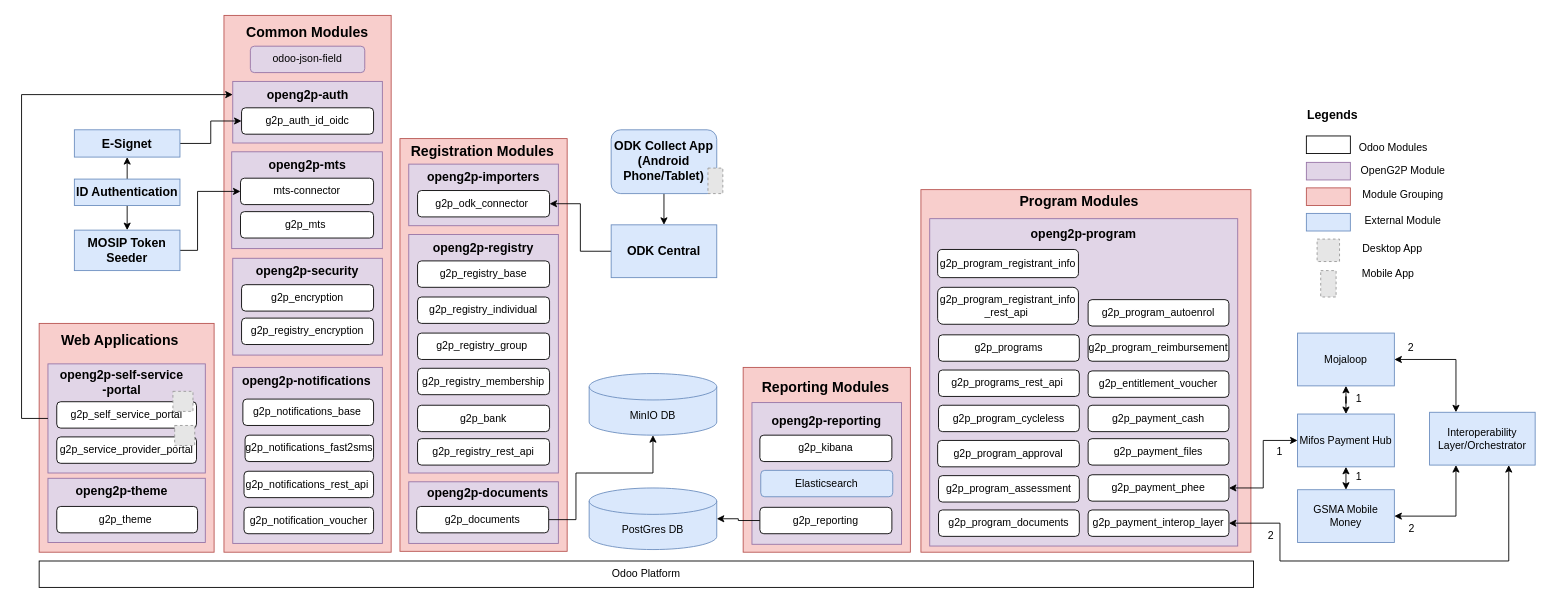
OpenG2P/openg2p-documentation keeps this draw.io diagram as .gitbook/assets/technical-architecture.drawio. Above is the earlier version. Source tidied: cells renumbered, new cells numbered last; positions are measured from the earlier drawing's top-left corner, leaving out a move shared by most shapes. Both pictures are drawn from the tidied source at 88%, with x=0, y=0 at pixel (21, 15). Pictures stored in the file or linked from it are replaced by grey dashed boxes.
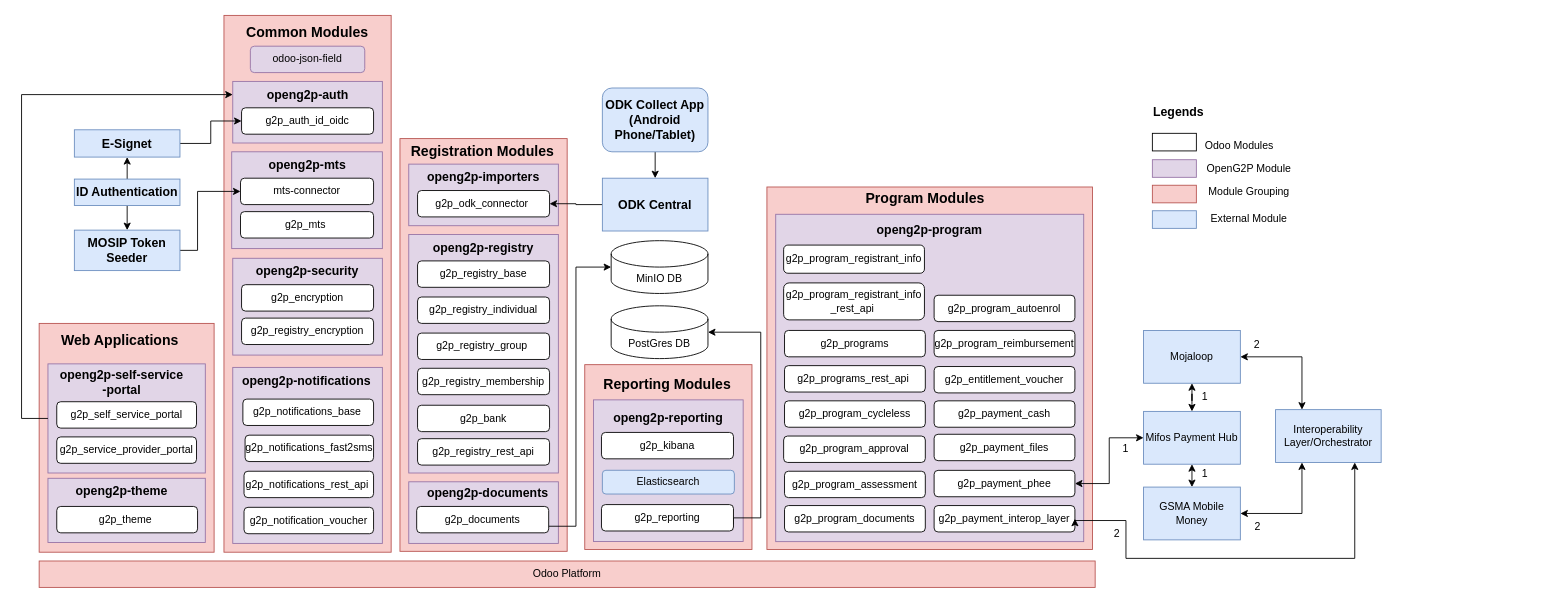
The same page after the edit.

Commit message:
Rework for Puneet's review comments

Unchanged cells that the change refers to:
```xml
<mxCell id="40" value="g2p_documents" style="rounded=1;whiteSpace=wrap;html=1;" parent="1" vertex="1">
  <mxGeometry x="449" y="558" width="150" height="30" as="geometry" />
</mxCell>
```

What changed in the source:
```diff
@@
-    <mxCell id="11" value="Odoo Platform" style="rounded=0;whiteSpace=wrap;html=1;" parent="1" vertex="1">
-      <mxGeometry x="20" y="620" width="1380" height="30" as="geometry" />
+    <mxCell id="11" value="Odoo Platform" style="rounded=0;whiteSpace=wrap;html=1;fillColor=#f8cecc;strokeColor=#b85450;" parent="1" vertex="1">
+      <mxGeometry x="20" y="620" width="1200" height="30" as="geometry" />
     </mxCell>
-    <mxCell id="12" value="PostGres DB" style="shape=cylinder3;whiteSpace=wrap;html=1;boundedLbl=1;backgroundOutline=1;size=15;fillColor=#dae8fc;strokeColor=#6c8ebf;" parent="1" vertex="1">
-      <mxGeometry x="645" y="537" width="145" height="70" as="geometry" />
+    <mxCell id="12" value="PostGres DB" style="shape=cylinder3;whiteSpace=wrap;html=1;boundedLbl=1;backgroundOutline=1;size=15;" parent="1" vertex="1">
+      <mxGeometry x="670" y="330" width="110" height="60" as="geometry" />
     </mxCell>
-    <mxCell id="13" value="MinIO DB" style="shape=cylinder3;whiteSpace=wrap;html=1;boundedLbl=1;backgroundOutline=1;size=15;fillColor=#dae8fc;strokeColor=#6c8ebf;" parent="1" vertex="1">
-      <mxGeometry x="645" y="407" width="145" height="70" as="geometry" />
+    <mxCell id="13" value="MinIO DB" style="shape=cylinder3;whiteSpace=wrap;html=1;boundedLbl=1;backgroundOutline=1;size=15;" parent="1" vertex="1">
+      <mxGeometry x="670" y="256" width="110" height="60" as="geometry" />
     </mxCell>
@@
-    <mxCell id="39" style="edgeStyle=orthogonalEdgeStyle;rounded=0;jettySize=auto;html=1;exitX=1;exitY=0.5;exitDx=0;exitDy=0;entryX=0.5;entryY=1;entryDx=0;entryDy=0;entryPerimeter=0;" parent="1" edge="1" source="40" target="13">
+    <mxCell id="39" style="edgeStyle=orthogonalEdgeStyle;rounded=0;jettySize=auto;html=1;exitX=1;exitY=0.75;exitDx=0;exitDy=0;entryX=0;entryY=0.5;entryDx=0;entryDy=0;entryPerimeter=0;" parent="1" edge="1" source="40" target="13">
       <mxGeometry relative="1" as="geometry">
         <Array as="points">
-          <mxPoint x="630" y="573" />
-          <mxPoint x="630" y="520" />
-          <mxPoint x="718" y="520" />
+          <mxPoint x="630" y="580" />
+          <mxPoint x="630" y="286" />
         </Array>
       </mxGeometry>
     </mxCell>
@@
     <mxCell id="44" style="rounded=0;whiteSpace=wrap;html=1;fillColor=#f8cecc;strokeColor=#b85450;" parent="1" vertex="1">
-      <mxGeometry x="1022" y="198" width="375" height="412" as="geometry" />
+      <mxGeometry x="847" y="195" width="370" height="412" as="geometry" />
     </mxCell>
     <mxCell id="45" style="rounded=0;whiteSpace=wrap;html=1;fillColor=#e1d5e7;strokeColor=#9673a6;" parent="1" vertex="1">
-      <mxGeometry x="1032" y="231" width="350" height="372" as="geometry" />
+      <mxGeometry x="857" y="226" width="350" height="372" as="geometry" />
     </mxCell>
     <mxCell id="46" value="g2p_program_registrant_info" style="rounded=1;whiteSpace=wrap;html=1;" parent="1" vertex="1">
-      <mxGeometry x="1041" y="266" width="160" height="32" as="geometry" />
+      <mxGeometry x="866" y="261" width="160" height="32" as="geometry" />
     </mxCell>
     <mxCell id="47" value="openg2p-program" style="text;html=1;strokeColor=none;fillColor=none;align=center;verticalAlign=middle;whiteSpace=wrap;rounded=0;fontStyle=1;fontSize=14;" parent="1" vertex="1">
-      <mxGeometry x="1142" y="234" width="130" height="30" as="geometry" />
+      <mxGeometry x="967" y="229" width="130" height="30" as="geometry" />
     </mxCell>
     <mxCell id="48" value="g2p_program_registrant_info&lt;br&gt;_rest_api&amp;nbsp;" style="rounded=1;whiteSpace=wrap;html=1;" parent="1" vertex="1">
-      <mxGeometry x="1041" y="309" width="160" height="42" as="geometry" />
+      <mxGeometry x="866" y="304" width="160" height="42" as="geometry" />
     </mxCell>
     <mxCell id="49" value="g2p_programs" style="rounded=1;whiteSpace=wrap;html=1;" parent="1" vertex="1">
-      <mxGeometry x="1042" y="363" width="160" height="30" as="geometry" />
+      <mxGeometry x="867" y="358" width="160" height="30" as="geometry" />
     </mxCell>
     <mxCell id="50" value="g2p_programs_rest_api&amp;nbsp;" style="rounded=1;whiteSpace=wrap;html=1;" parent="1" vertex="1">
-      <mxGeometry x="1042" y="403" width="160" height="30" as="geometry" />
+      <mxGeometry x="867" y="398" width="160" height="30" as="geometry" />
     </mxCell>
     <mxCell id="51" value="g2p_program_cycleless" style="rounded=1;whiteSpace=wrap;html=1;" parent="1" vertex="1">
-      <mxGeometry x="1042" y="443" width="160" height="30" as="geometry" />
+      <mxGeometry x="867" y="438" width="160" height="30" as="geometry" />
     </mxCell>
     <mxCell id="52" value="g2p_program_approval" style="rounded=1;whiteSpace=wrap;html=1;" parent="1" vertex="1">
-      <mxGeometry x="1041" y="483" width="161" height="30" as="geometry" />
+      <mxGeometry x="866" y="478" width="161" height="30" as="geometry" />
     </mxCell>
     <mxCell id="53" value="g2p_program_assessment" style="rounded=1;whiteSpace=wrap;html=1;" parent="1" vertex="1">
-      <mxGeometry x="1042" y="523" width="160" height="30" as="geometry" />
+      <mxGeometry x="867" y="518" width="160" height="30" as="geometry" />
     </mxCell>
     <mxCell id="54" value="&lt;b&gt;&lt;font style=&quot;font-size: 16px;&quot;&gt;Program Modules&lt;/font&gt;&lt;/b&gt;" style="text;html=1;strokeColor=none;fillColor=none;align=center;verticalAlign=middle;whiteSpace=wrap;rounded=0;" parent="1" vertex="1">
-      <mxGeometry x="1117" y="196" width="170" height="30" as="geometry" />
+      <mxGeometry x="942" y="193" width="170" height="30" as="geometry" />
     </mxCell>
     <mxCell id="55" value="g2p_program_documents" style="rounded=1;whiteSpace=wrap;html=1;" parent="1" vertex="1">
-      <mxGeometry x="1042" y="562" width="160" height="30" as="geometry" />
+      <mxGeometry x="867" y="557" width="160" height="30" as="geometry" />
     </mxCell>
     <mxCell id="56" value="g2p_payment_interop_layer" style="rounded=1;whiteSpace=wrap;html=1;" parent="1" vertex="1">
-      <mxGeometry x="1212" y="562" width="160" height="30" as="geometry" />
+      <mxGeometry x="1037" y="557" width="160" height="30" as="geometry" />
     </mxCell>
     <mxCell id="57" value="g2p_payment_phee" style="rounded=1;whiteSpace=wrap;html=1;" parent="1" vertex="1">
-      <mxGeometry x="1212" y="522" width="160" height="30" as="geometry" />
+      <mxGeometry x="1037" y="517" width="160" height="30" as="geometry" />
     </mxCell>
     <mxCell id="58" value="g2p_payment_files" style="rounded=1;whiteSpace=wrap;html=1;" parent="1" vertex="1">
-      <mxGeometry x="1212" y="481" width="160" height="30" as="geometry" />
+      <mxGeometry x="1037" y="476" width="160" height="30" as="geometry" />
     </mxCell>
     <mxCell id="59" value="g2p_payment_cash" style="rounded=1;whiteSpace=wrap;html=1;" parent="1" vertex="1">
-      <mxGeometry x="1212" y="443" width="160" height="30" as="geometry" />
+      <mxGeometry x="1037" y="438" width="160" height="30" as="geometry" />
     </mxCell>
     <mxCell id="60" value="g2p_entitlement_voucher" style="rounded=1;whiteSpace=wrap;html=1;" parent="1" vertex="1">
-      <mxGeometry x="1212" y="404" width="160" height="30" as="geometry" />
+      <mxGeometry x="1037" y="399" width="160" height="30" as="geometry" />
     </mxCell>
     <mxCell id="61" value="g2p_program_reimbursement" style="rounded=1;whiteSpace=wrap;html=1;" parent="1" vertex="1">
-      <mxGeometry x="1212" y="363" width="160" height="30" as="geometry" />
+      <mxGeometry x="1037" y="358" width="160" height="30" as="geometry" />
     </mxCell>
     <mxCell id="62" value="g2p_program_autoenrol" style="rounded=1;whiteSpace=wrap;html=1;" parent="1" vertex="1">
-      <mxGeometry x="1212" y="323" width="160" height="30" as="geometry" />
+      <mxGeometry x="1037" y="318" width="160" height="30" as="geometry" />
     </mxCell>
@@
     <mxCell id="72" value="&lt;b style=&quot;border-color: var(--border-color);&quot;&gt;&lt;font style=&quot;border-color: var(--border-color); font-size: 14px;&quot;&gt;ODK Central&lt;/font&gt;&lt;/b&gt;" style="rounded=0;whiteSpace=wrap;html=1;fillColor=#dae8fc;strokeColor=#6c8ebf;" parent="1" vertex="1">
-      <mxGeometry x="670" y="238" width="120" height="60" as="geometry" />
+      <mxGeometry x="660" y="185" width="120" height="60" as="geometry" />
     </mxCell>
@@
     <mxCell id="80" value="&lt;b style=&quot;font-size: 14px;&quot;&gt;ODK Collect App&lt;br&gt;(Android Phone/Tablet)&lt;/b&gt;" style="rounded=1;whiteSpace=wrap;html=1;fillColor=#dae8fc;strokeColor=#6c8ebf;" parent="1" vertex="1">
-      <mxGeometry x="670" y="130" width="120" height="72.5" as="geometry" />
+      <mxGeometry x="660" y="82.5" width="120" height="72.5" as="geometry" />
     </mxCell>
     <mxCell id="81" style="edgeStyle=orthogonalEdgeStyle;rounded=0;jettySize=auto;html=1;exitX=1;exitY=0.5;exitDx=0;exitDy=0;entryX=0.25;entryY=0;entryDx=0;entryDy=0;startArrow=classic;startFill=1;" parent="1" edge="1" source="82" target="90">
       <mxGeometry relative="1" as="geometry">
         <Array as="points">
-          <mxPoint x="1630" y="391" />
+          <mxPoint x="1455" y="388" />
         </Array>
       </mxGeometry>
     </mxCell>
     <mxCell id="82" value="Mojaloop" style="rounded=0;whiteSpace=wrap;html=1;fillColor=#dae8fc;strokeColor=#6c8ebf;" parent="1" vertex="1">
-      <mxGeometry x="1450" y="361" width="110" height="60" as="geometry" />
+      <mxGeometry x="1275" y="358" width="110" height="60" as="geometry" />
     </mxCell>
@@
     <mxCell id="86" value="Mifos Payment Hub" style="rounded=0;whiteSpace=wrap;html=1;fillColor=#dae8fc;strokeColor=#6c8ebf;" parent="1" vertex="1">
-      <mxGeometry x="1450" y="453" width="110" height="60" as="geometry" />
+      <mxGeometry x="1275" y="450" width="110" height="60" as="geometry" />
     </mxCell>
     <mxCell id="87" style="edgeStyle=orthogonalEdgeStyle;rounded=0;jettySize=auto;html=1;exitX=1;exitY=0.5;exitDx=0;exitDy=0;entryX=0.25;entryY=1;entryDx=0;entryDy=0;startArrow=classic;startFill=1;" parent="1" edge="1" source="88" target="90">
       <mxGeometry relative="1" as="geometry">
         <Array as="points">
-          <mxPoint x="1630" y="569" />
+          <mxPoint x="1455" y="566" />
         </Array>
       </mxGeometry>
     </mxCell>
     <mxCell id="88" value="GSMA Mobile Money" style="rounded=0;whiteSpace=wrap;html=1;fillColor=#dae8fc;strokeColor=#6c8ebf;" parent="1" vertex="1">
-      <mxGeometry x="1450" y="539" width="110" height="60" as="geometry" />
+      <mxGeometry x="1275" y="536" width="110" height="60" as="geometry" />
     </mxCell>
     <mxCell id="89" style="edgeStyle=orthogonalEdgeStyle;rounded=0;jettySize=auto;html=1;exitX=0.75;exitY=1;exitDx=0;exitDy=0;entryX=1;entryY=0.5;entryDx=0;entryDy=0;startArrow=classic;startFill=1;" parent="1" edge="1" source="90" target="56">
       <mxGeometry relative="1" as="geometry">
         <Array as="points">
-          <mxPoint x="1690" y="620" />
-          <mxPoint x="1430" y="620" />
-          <mxPoint x="1430" y="577" />
+          <mxPoint x="1515" y="617" />
+          <mxPoint x="1255" y="617" />
+          <mxPoint x="1255" y="574" />
         </Array>
       </mxGeometry>
     </mxCell>
     <mxCell id="90" value="Interoperability Layer/Orchestrator" style="rounded=0;whiteSpace=wrap;html=1;fillColor=#dae8fc;strokeColor=#6c8ebf;" parent="1" vertex="1">
-      <mxGeometry x="1600" y="451" width="120" height="60" as="geometry" />
+      <mxGeometry x="1425" y="448" width="120" height="60" as="geometry" />
     </mxCell>
@@
     <mxCell id="93" style="rounded=0;whiteSpace=wrap;html=1;fillColor=#f8cecc;strokeColor=#b85450;" parent="1" vertex="1">
-      <mxGeometry x="820" y="400" width="190" height="210" as="geometry" />
+      <mxGeometry x="640" y="396.9" width="190" height="210" as="geometry" />
     </mxCell>
     <mxCell id="94" style="rounded=0;whiteSpace=wrap;html=1;fillColor=#e1d5e7;strokeColor=#9673a6;" parent="1" vertex="1">
-      <mxGeometry x="830" y="440" width="170" height="161" as="geometry" />
+      <mxGeometry x="650" y="436.9" width="170" height="161" as="geometry" />
     </mxCell>
-    <mxCell id="95" style="edgeStyle=orthogonalEdgeStyle;rounded=0;jettySize=auto;html=1;exitX=0;exitY=0.5;exitDx=0;exitDy=0;" parent="1" edge="1" source="96" target="12">
-      <mxGeometry relative="1" as="geometry" />
+    <mxCell id="95" style="edgeStyle=orthogonalEdgeStyle;rounded=0;jettySize=auto;html=1;exitX=1;exitY=0.75;exitDx=0;exitDy=0;entryX=1;entryY=0.5;entryDx=0;entryDy=0;entryPerimeter=0;" parent="1" edge="1" source="96" target="12">
+      <mxGeometry relative="1" as="geometry">
+        <Array as="points">
+          <mxPoint x="809" y="571" />
+          <mxPoint x="840" y="571" />
+          <mxPoint x="840" y="360" />
+        </Array>
+      </mxGeometry>
     </mxCell>
     <mxCell id="96" value="g2p_reporting" style="rounded=1;whiteSpace=wrap;html=1;" parent="1" vertex="1">
-      <mxGeometry x="839" y="559" width="150" height="30" as="geometry" />
+      <mxGeometry x="659" y="555.9" width="150" height="30" as="geometry" />
     </mxCell>
     <mxCell id="97" value="&lt;b&gt;&lt;font style=&quot;font-size: 16px;&quot;&gt;Reporting Modules&lt;/font&gt;&lt;/b&gt;" style="text;html=1;strokeColor=none;fillColor=none;align=center;verticalAlign=middle;whiteSpace=wrap;rounded=0;" parent="1" vertex="1">
-      <mxGeometry x="829" y="407" width="170" height="30" as="geometry" />
+      <mxGeometry x="649" y="403.9" width="170" height="30" as="geometry" />
     </mxCell>
     <mxCell id="98" value="openg2p-reporting" style="text;html=1;strokeColor=none;fillColor=none;align=center;verticalAlign=middle;whiteSpace=wrap;rounded=0;fontStyle=1;fontSize=14;" parent="1" vertex="1">
-      <mxGeometry x="845" y="446" width="140" height="30" as="geometry" />
+      <mxGeometry x="665" y="442.9" width="140" height="30" as="geometry" />
     </mxCell>
     <mxCell id="99" value="Elasticsearch" style="rounded=1;whiteSpace=wrap;html=1;fillColor=#dae8fc;strokeColor=#6c8ebf;" parent="1" vertex="1">
-      <mxGeometry x="840" y="517" width="150" height="30" as="geometry" />
+      <mxGeometry x="660" y="516.9" width="150" height="27" as="geometry" />
     </mxCell>
     <mxCell id="100" value="g2p_kibana" style="rounded=1;whiteSpace=wrap;html=1;" parent="1" vertex="1">
-      <mxGeometry x="839" y="477" width="150" height="30" as="geometry" />
+      <mxGeometry x="659" y="473.9" width="150" height="30" as="geometry" />
     </mxCell>
     <mxCell id="101" value="&lt;b style=&quot;font-size: 14px;&quot;&gt;&lt;font style=&quot;font-size: 14px;&quot;&gt;Legends&lt;/font&gt;&lt;/b&gt;" style="text;html=1;strokeColor=none;fillColor=none;align=center;verticalAlign=middle;whiteSpace=wrap;rounded=0;fontSize=14;" parent="1" vertex="1">
-      <mxGeometry x="1460" y="98" width="60" height="30" as="geometry" />
+      <mxGeometry x="1285" y="95" width="60" height="30" as="geometry" />
     </mxCell>
     <mxCell id="102" style="rounded=0;whiteSpace=wrap;html=1;" parent="1" vertex="1">
-      <mxGeometry x="1460" y="137" width="50" height="20" as="geometry" />
+      <mxGeometry x="1285" y="134" width="50" height="20" as="geometry" />
     </mxCell>
     <mxCell id="103" style="rounded=0;whiteSpace=wrap;html=1;fillColor=#e1d5e7;strokeColor=#9673a6;" parent="1" vertex="1">
-      <mxGeometry x="1460" y="167" width="50" height="20" as="geometry" />
+      <mxGeometry x="1285" y="164" width="50" height="20" as="geometry" />
     </mxCell>
     <mxCell id="104" style="rounded=0;whiteSpace=wrap;html=1;fillColor=#f8cecc;strokeColor=#b85450;" parent="1" vertex="1">
-      <mxGeometry x="1460" y="196" width="50" height="20" as="geometry" />
+      <mxGeometry x="1285" y="193" width="50" height="20" as="geometry" />
     </mxCell>
     <mxCell id="105" style="rounded=0;whiteSpace=wrap;html=1;fillColor=#dae8fc;strokeColor=#6c8ebf;" parent="1" vertex="1">
-      <mxGeometry x="1460" y="225" width="50" height="20" as="geometry" />
+      <mxGeometry x="1285" y="222" width="50" height="20" as="geometry" />
     </mxCell>
     <mxCell id="106" value="Odoo Modules" style="text;html=1;strokeColor=none;fillColor=none;align=center;verticalAlign=middle;whiteSpace=wrap;rounded=0;" parent="1" vertex="1">
-      <mxGeometry x="1509" y="136" width="100" height="30" as="geometry" />
+      <mxGeometry x="1334" y="133" width="100" height="30" as="geometry" />
     </mxCell>
     <mxCell id="107" value="OpenG2P Module" style="text;html=1;strokeColor=none;fillColor=none;align=center;verticalAlign=middle;whiteSpace=wrap;rounded=0;" parent="1" vertex="1">
-      <mxGeometry x="1520" y="162" width="100" height="30" as="geometry" />
+      <mxGeometry x="1345" y="159" width="100" height="30" as="geometry" />
     </mxCell>
     <mxCell id="108" value="Module Grouping" style="text;html=1;strokeColor=none;fillColor=none;align=center;verticalAlign=middle;whiteSpace=wrap;rounded=0;" parent="1" vertex="1">
-      <mxGeometry x="1520" y="189" width="100" height="30" as="geometry" />
+      <mxGeometry x="1345" y="186" width="100" height="30" as="geometry" />
     </mxCell>
     <mxCell id="109" value="External Module" style="text;html=1;strokeColor=none;fillColor=none;align=center;verticalAlign=middle;whiteSpace=wrap;rounded=0;" parent="1" vertex="1">
-      <mxGeometry x="1520" y="219" width="100" height="30" as="geometry" />
+      <mxGeometry x="1345" y="216" width="100" height="30" as="geometry" />
     </mxCell>
-    <mxCell id="110" style="fillColor=#E6E6E6;strokeColor=#999999;dashed=1;verticalLabelPosition=bottom;verticalAlign=top;" parent="1" vertex="1">
-      <mxGeometry x="172" y="427.2" width="22.8" height="22.8" as="geometry" />
-    </mxCell>
-    <mxCell id="111" style="fillColor=#E6E6E6;strokeColor=#999999;dashed=1;verticalLabelPosition=bottom;verticalAlign=top;" parent="1" vertex="1">
-      <mxGeometry x="174" y="466" width="22.8" height="22.8" as="geometry" />
-    </mxCell>
-    <mxCell id="112" style="fillColor=#E6E6E6;strokeColor=#999999;dashed=1;verticalLabelPosition=bottom;verticalAlign=top;" parent="1" vertex="1">
-      <mxGeometry x="780" y="173.5" width="16.9" height="29" as="geometry" />
-    </mxCell>
-    <mxCell id="113" style="fillColor=#E6E6E6;strokeColor=#999999;dashed=1;verticalLabelPosition=bottom;verticalAlign=top;" parent="1" vertex="1">
-      <mxGeometry x="1472.2" y="254.2" width="25.5" height="25.5" as="geometry" />
-    </mxCell>
-    <mxCell id="114" style="fillColor=#E6E6E6;strokeColor=#999999;dashed=1;verticalLabelPosition=bottom;verticalAlign=top;" parent="1" vertex="1">
-      <mxGeometry x="1476.3" y="290" width="17.5" height="30" as="geometry" />
-    </mxCell>
-    <mxCell id="115" value="Desktop App" style="text;html=1;strokeColor=none;fillColor=none;align=center;verticalAlign=middle;whiteSpace=wrap;rounded=0;" parent="1" vertex="1">
-      <mxGeometry x="1513" y="249.8" width="90" height="30" as="geometry" />
-    </mxCell>
-    <mxCell id="116" value="Mobile App" style="text;html=1;strokeColor=none;fillColor=none;align=center;verticalAlign=middle;whiteSpace=wrap;rounded=0;" parent="1" vertex="1">
-      <mxGeometry x="1503" y="279" width="100" height="30" as="geometry" />
-    </mxCell>
     <mxCell id="117" value="1" style="text;html=1;strokeColor=none;fillColor=none;align=center;verticalAlign=middle;whiteSpace=wrap;rounded=0;" parent="1" vertex="1">
-      <mxGeometry x="1490" y="421" width="60" height="30" as="geometry" />
+      <mxGeometry x="1315" y="418" width="60" height="30" as="geometry" />
     </mxCell>
     <mxCell id="118" value="1" style="text;html=1;strokeColor=none;fillColor=none;align=center;verticalAlign=middle;whiteSpace=wrap;rounded=0;" parent="1" vertex="1">
-      <mxGeometry x="1490" y="509" width="60" height="30" as="geometry" />
+      <mxGeometry x="1315" y="506" width="60" height="30" as="geometry" />
     </mxCell>
     <mxCell id="119" value="1" style="text;html=1;strokeColor=none;fillColor=none;align=center;verticalAlign=middle;whiteSpace=wrap;rounded=0;" parent="1" vertex="1">
-      <mxGeometry x="1400" y="481" width="60" height="30" as="geometry" />
+      <mxGeometry x="1225" y="478" width="60" height="30" as="geometry" />
     </mxCell>
     <mxCell id="120" value="2" style="text;html=1;strokeColor=none;fillColor=none;align=center;verticalAlign=middle;whiteSpace=wrap;rounded=0;" parent="1" vertex="1">
-      <mxGeometry x="1549" y="363" width="60" height="30" as="geometry" />
+      <mxGeometry x="1374" y="360" width="60" height="30" as="geometry" />
     </mxCell>
     <mxCell id="121" value="2" style="text;html=1;strokeColor=none;fillColor=none;align=center;verticalAlign=middle;whiteSpace=wrap;rounded=0;" parent="1" vertex="1">
-      <mxGeometry x="1550" y="569" width="60" height="30" as="geometry" />
+      <mxGeometry x="1375" y="566" width="60" height="30" as="geometry" />
     </mxCell>
     <mxCell id="122" value="2" style="text;html=1;strokeColor=none;fillColor=none;align=center;verticalAlign=middle;whiteSpace=wrap;rounded=0;" parent="1" vertex="1">
-      <mxGeometry x="1390" y="577" width="60" height="30" as="geometry" />
+      <mxGeometry x="1215" y="574" width="60" height="30" as="geometry" />
     </mxCell>
```
